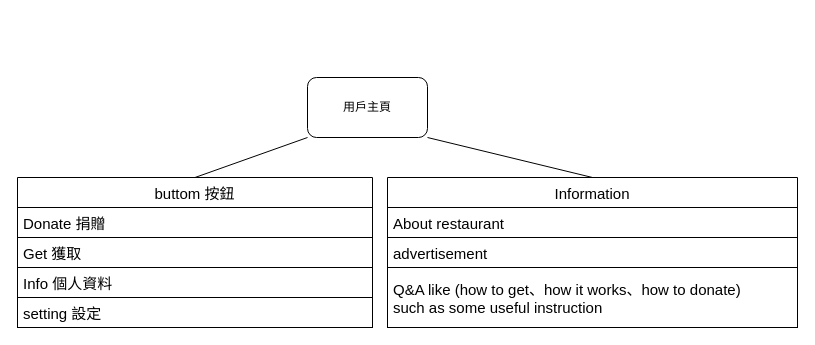
This is Untitled Diagram.drawio from aaaaaron722/GDSC-activity, a draw.io file, before an edit. Source tidied: cells renumbered, new cells numbered last; positions are measured from the earlier drawing's top-left corner, leaving out a move shared by most shapes. Both pictures are drawn from the tidied source at 100%, with x=0, y=0 at pixel (17, 77).
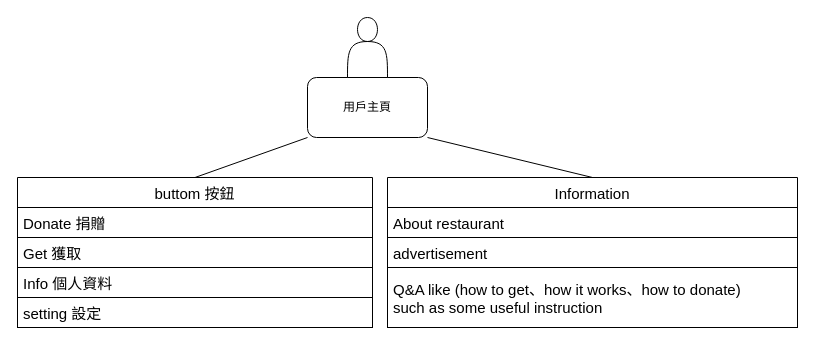
The same page after the edit.

Diff of the diagram source:
```diff
@@
 <mxGraphModel>
   <root>
     <mxCell id="0" />
     <mxCell id="1" parent="0" />
     <mxCell id="2" value="buttom 按鈕" style="swimlane;fontStyle=0;horizontal=1;startSize=30;fontSize=15;" parent="1" vertex="1">
       <mxGeometry y="100" width="355" height="150" as="geometry" />
     </mxCell>
     <mxCell id="3" value="Donate 捐贈" style="text;strokeColor=default;fillColor=none;align=left;verticalAlign=middle;spacingLeft=4;spacingRight=4;overflow=hidden;fontSize=15;" parent="2" vertex="1">
       <mxGeometry y="30" width="355" height="30" as="geometry" />
     </mxCell>
     <mxCell id="4" value="Get 獲取" style="text;strokeColor=default;fillColor=none;align=left;verticalAlign=middle;spacingLeft=4;spacingRight=4;overflow=hidden;fontSize=15;" parent="2" vertex="1">
       <mxGeometry y="60" width="355" height="30" as="geometry" />
     </mxCell>
     <mxCell id="5" value="Info 個人資料" style="text;strokeColor=none;fillColor=none;align=left;verticalAlign=middle;spacingLeft=4;spacingRight=4;overflow=hidden;fontSize=15;" parent="2" vertex="1">
       <mxGeometry y="90" width="355" height="30" as="geometry" />
     </mxCell>
     <mxCell id="6" value="setting 設定" style="text;align=left;verticalAlign=middle;spacingLeft=4;spacingRight=4;overflow=hidden;fontSize=15;strokeColor=default;" parent="2" vertex="1">
       <mxGeometry y="120" width="355" height="30" as="geometry" />
     </mxCell>
     <mxCell id="7" value="用戶主頁" style="rounded=1;whiteSpace=wrap;html=1;" parent="1" vertex="1">
       <mxGeometry x="290" width="120" height="60" as="geometry" />
     </mxCell>
     <mxCell id="8" style="endArrow=none;html=1;rounded=0;entryX=0.5;entryY=0;entryDx=0;entryDy=0;exitX=0;exitY=1;exitDx=0;exitDy=0;" parent="1" edge="1" source="7" target="2">
       <mxGeometry relative="1" as="geometry" />
     </mxCell>
     <mxCell id="9" value="Information" style="swimlane;fontStyle=0;horizontal=1;startSize=30;fontSize=15;" parent="1" vertex="1">
       <mxGeometry x="370" y="100" width="410" height="150" as="geometry" />
     </mxCell>
     <mxCell id="10" value="About restaurant" style="text;strokeColor=default;fillColor=none;align=left;verticalAlign=middle;spacingLeft=4;spacingRight=4;overflow=hidden;fontSize=15;" parent="9" vertex="1">
       <mxGeometry y="30" width="410" height="30" as="geometry" />
     </mxCell>
     <mxCell id="11" value="advertisement" style="text;align=left;verticalAlign=middle;spacingLeft=4;spacingRight=4;overflow=hidden;fontSize=15;" parent="9" vertex="1">
       <mxGeometry y="60" width="410" height="30" as="geometry" />
     </mxCell>
     <mxCell id="12" value="Q&amp;A like (how to get、how it works、how to donate)&#10;such as some useful instruction " style="text;align=left;verticalAlign=middle;spacingLeft=4;spacingRight=4;overflow=hidden;fontSize=15;strokeColor=default;" parent="9" vertex="1">
       <mxGeometry y="90" width="410" height="60" as="geometry" />
     </mxCell>
     <mxCell id="13" style="endArrow=none;html=1;rounded=0;fontSize=15;exitX=0.5;exitY=0;exitDx=0;exitDy=0;entryX=1;entryY=1;entryDx=0;entryDy=0;" parent="1" edge="1" source="9" target="7">
       <mxGeometry relative="1" as="geometry" />
     </mxCell>
+    <mxCell id="14" style="shape=actor;whiteSpace=wrap;html=1;fontSize=15;strokeColor=default;" parent="1" vertex="1">
+      <mxGeometry x="330" y="-60" width="40" height="60" as="geometry" />
+    </mxCell>
   </root>
 </mxGraphModel>
```
